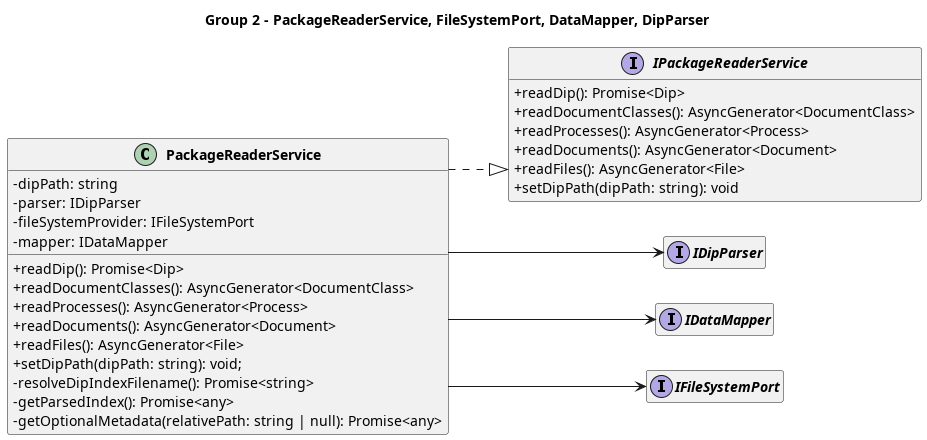
This is out/3_PB/DocumentiEsterni/DiagrammiSpecificaTecnica/C4/C4_Main_Indexing_PackageReader/Class Diagram - Main Indexing Flow - Group 2.png from 7-ZPUs/Docs, a PlantUML export, as it was before one commit.
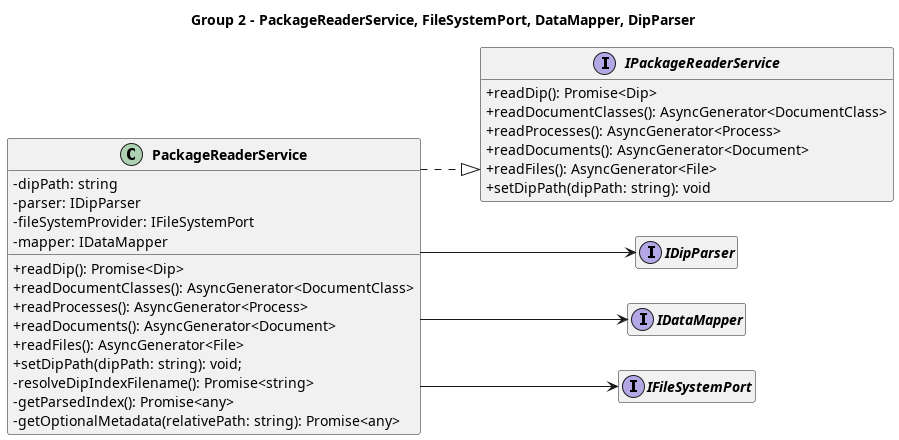
The same file after the commit.

The edit, as a diff of the source:
```diff
@@ -31,7 +31,7 @@
     + setDipPath(dipPath: string): void;
     - resolveDipIndexFilename(): Promise<string>
     - getParsedIndex(): Promise<any>
-    - getOptionalMetadata(relativePath: string | null): Promise<any>
+    - getOptionalMetadata(relativePath: string): Promise<any>
   }
 
   interface IDipParser {
```
